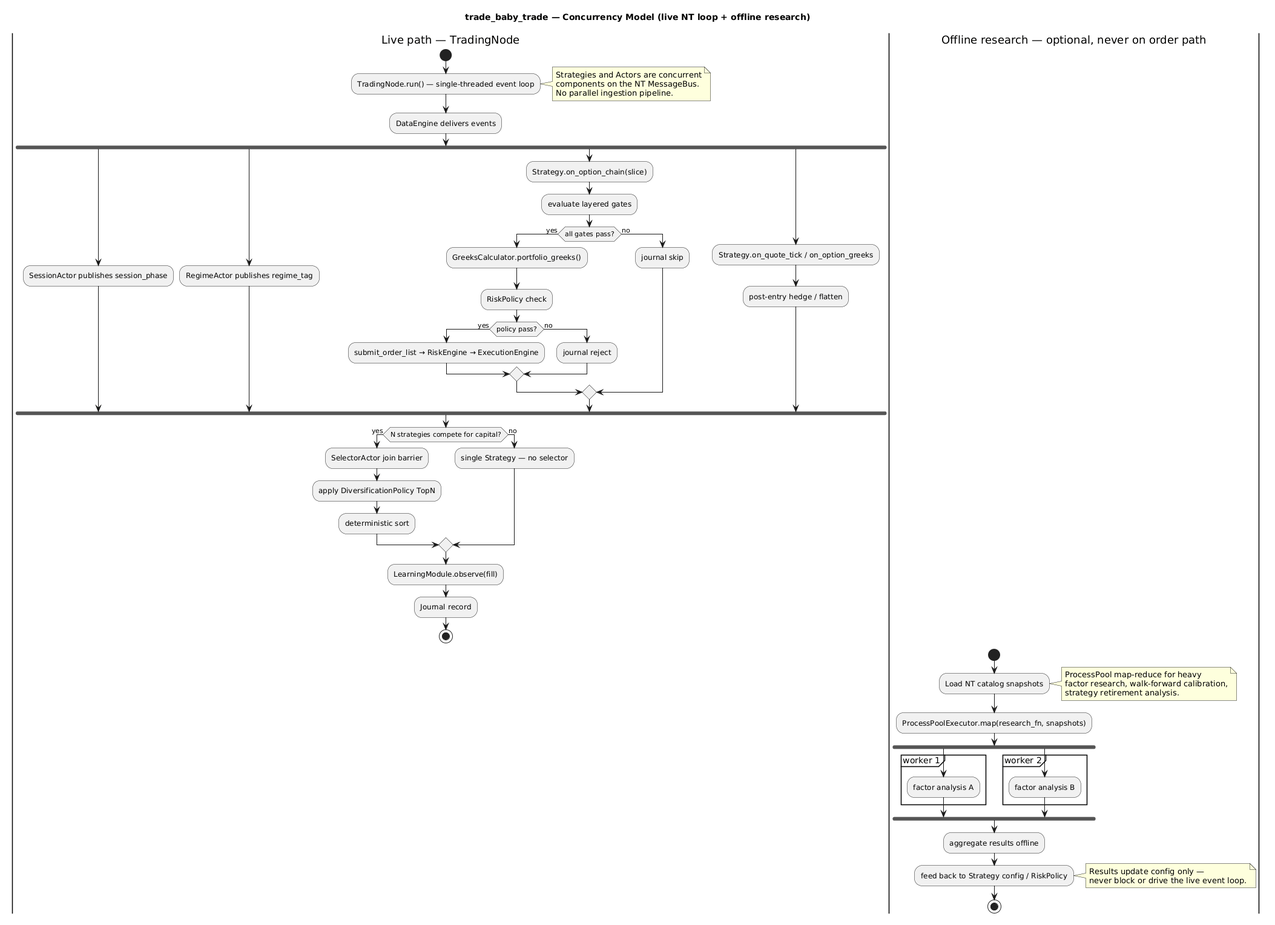
Before: docs/design/concurrency-activity.png, a diagram exported from PlantUML (abhushansahu/nautilus-quant-scaffold).
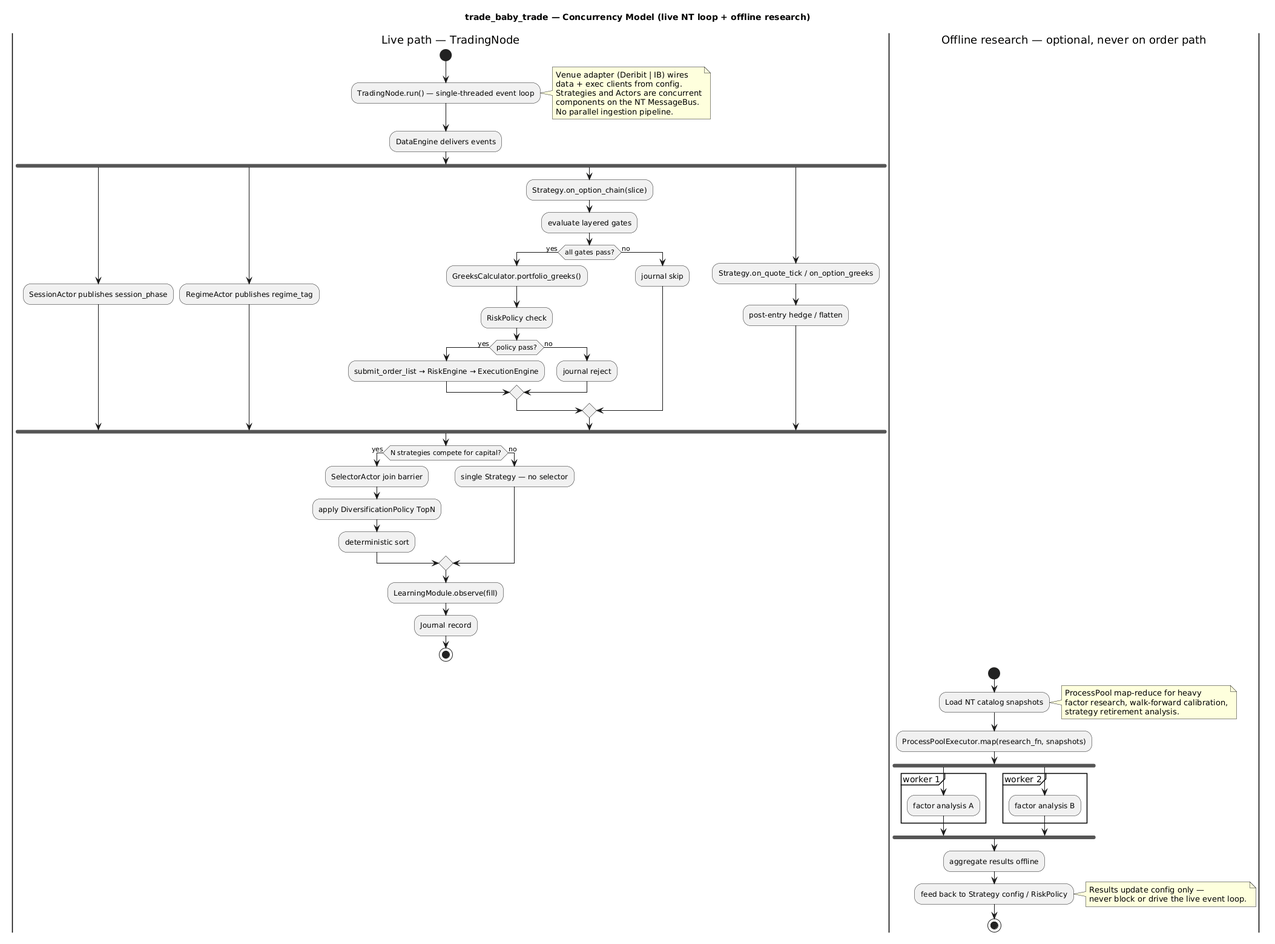
Above is the later version.

Diff of the diagram source:
```diff
@@ -7,6 +7,8 @@
 start
 :TradingNode.run() — single-threaded event loop;
 note right
+  Venue adapter (Deribit | IB) wires
+  data + exec clients from config.
   Strategies and Actors are concurrent
   components on the NT MessageBus.
   No parallel ingestion pipeline.
```
